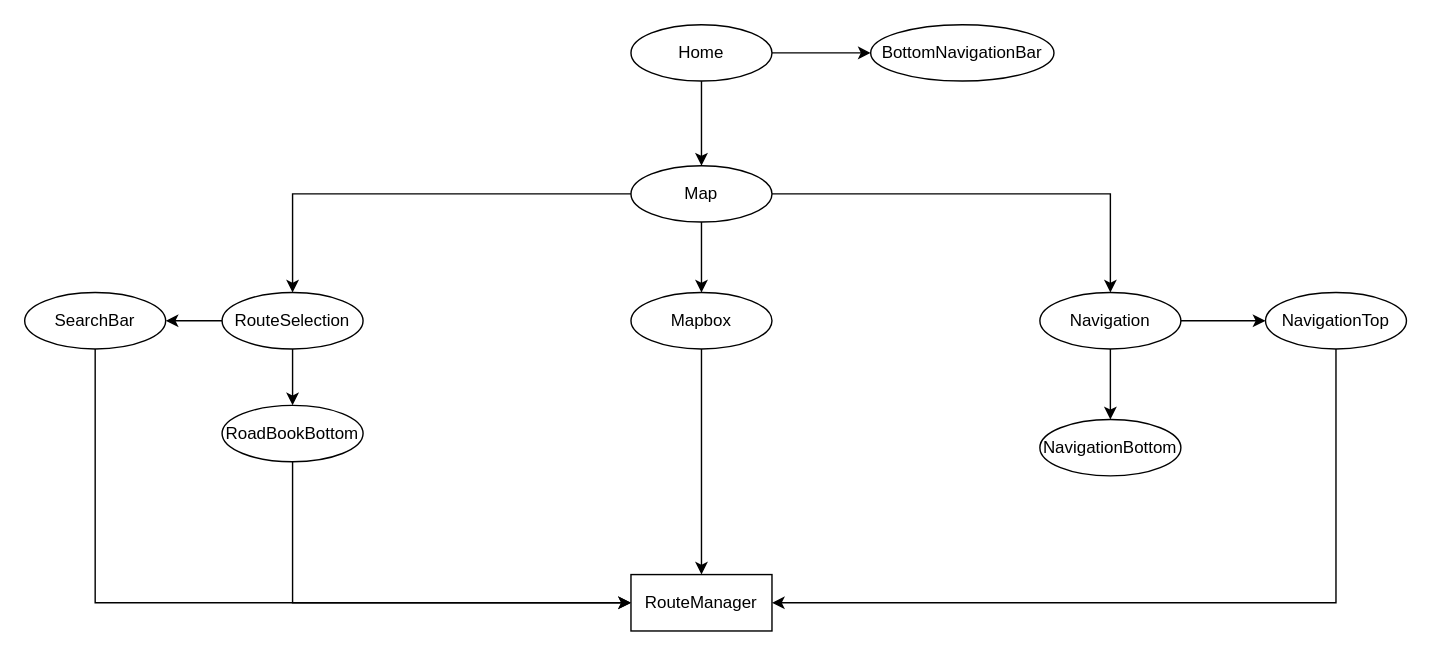
patrick-mahnkopf/bike-gps keeps this draw.io diagram as page "Pre-Refactor" (1 of 6) of Methods.drawio. Above is the earlier version. Source tidied: cells renumbered, new cells numbered last; positions are measured from the earlier drawing's top-left corner, leaving out a move shared by most shapes. Both pictures are drawn from the tidied source at 141%, with x=0, y=0 at pixel (24, 24).
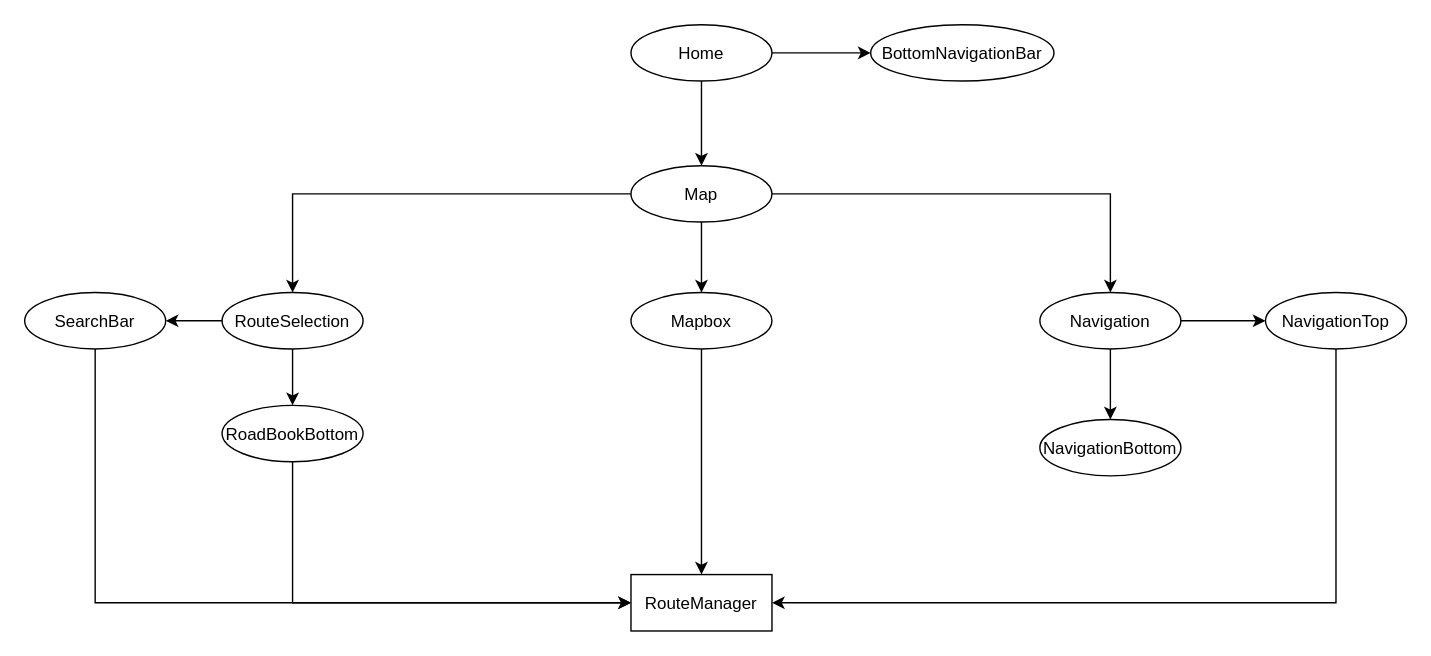
After the change.

Change to the diagram source:
```diff
@@
-    <mxCell id="2" style="edgeStyle=orthogonalEdgeStyle;rounded=0;jettySize=auto;html=1;" parent="1" edge="1" source="4" target="5">
+    <mxCell id="2" style="edgeStyle=orthogonalEdgeStyle;rounded=0;jettySize=auto;" parent="1" edge="1" source="4" target="5">
       <mxGeometry relative="1" as="geometry" />
     </mxCell>
-    <mxCell id="3" style="edgeStyle=orthogonalEdgeStyle;rounded=0;jettySize=auto;html=1;" parent="1" edge="1" source="4" target="9">
+    <mxCell id="3" style="edgeStyle=orthogonalEdgeStyle;rounded=0;jettySize=auto;" parent="1" edge="1" source="4" target="9">
       <mxGeometry relative="1" as="geometry" />
     </mxCell>
-    <mxCell id="4" value="Home" style="ellipse;whiteSpace=wrap;html=1;align=center;" parent="1" vertex="1">
+    <mxCell id="4" value="Home" style="ellipse;align=center;" parent="1" vertex="1">
       <mxGeometry x="430" width="100" height="40" as="geometry" />
     </mxCell>
-    <mxCell id="5" value="BottomNavigationBar" style="ellipse;whiteSpace=wrap;html=1;align=center;" parent="1" vertex="1">
+    <mxCell id="5" value="BottomNavigationBar" style="ellipse;align=center;" parent="1" vertex="1">
       <mxGeometry x="600" width="130" height="40" as="geometry" />
     </mxCell>
-    <mxCell id="6" style="edgeStyle=orthogonalEdgeStyle;rounded=0;jettySize=auto;html=1;" parent="1" edge="1" source="9" target="11">
+    <mxCell id="6" style="edgeStyle=orthogonalEdgeStyle;rounded=0;jettySize=auto;" parent="1" edge="1" source="9" target="11">
       <mxGeometry relative="1" as="geometry" />
     </mxCell>
-    <mxCell id="7" style="edgeStyle=orthogonalEdgeStyle;rounded=0;jettySize=auto;html=1;" parent="1" edge="1" source="9" target="14">
+    <mxCell id="7" style="edgeStyle=orthogonalEdgeStyle;rounded=0;jettySize=auto;" parent="1" edge="1" source="9" target="14">
       <mxGeometry relative="1" as="geometry" />
     </mxCell>
-    <mxCell id="8" style="edgeStyle=orthogonalEdgeStyle;rounded=0;jettySize=auto;html=1;" parent="1" edge="1" source="9" target="17">
+    <mxCell id="8" style="edgeStyle=orthogonalEdgeStyle;rounded=0;jettySize=auto;" parent="1" edge="1" source="9" target="17">
       <mxGeometry relative="1" as="geometry" />
     </mxCell>
-    <mxCell id="9" value="Map" style="ellipse;whiteSpace=wrap;html=1;align=center;" parent="1" vertex="1">
+    <mxCell id="9" value="Map" style="ellipse;align=center;" parent="1" vertex="1">
       <mxGeometry x="430" y="100" width="100" height="40" as="geometry" />
     </mxCell>
-    <mxCell id="10" style="edgeStyle=orthogonalEdgeStyle;rounded=0;jettySize=auto;html=1;" parent="1" edge="1" source="11" target="25">
+    <mxCell id="10" style="edgeStyle=orthogonalEdgeStyle;rounded=0;jettySize=auto;" parent="1" edge="1" source="11" target="25">
       <mxGeometry relative="1" as="geometry" />
     </mxCell>
-    <mxCell id="11" value="Mapbox" style="ellipse;whiteSpace=wrap;html=1;align=center;" parent="1" vertex="1">
+    <mxCell id="11" value="Mapbox" style="ellipse;align=center;" parent="1" vertex="1">
       <mxGeometry x="430" y="190" width="100" height="40" as="geometry" />
     </mxCell>
-    <mxCell id="12" style="edgeStyle=orthogonalEdgeStyle;rounded=0;jettySize=auto;html=1;" parent="1" edge="1" source="14" target="24">
+    <mxCell id="12" style="edgeStyle=orthogonalEdgeStyle;rounded=0;jettySize=auto;" parent="1" edge="1" source="14" target="24">
       <mxGeometry relative="1" as="geometry" />
     </mxCell>
-    <mxCell id="13" style="edgeStyle=orthogonalEdgeStyle;rounded=0;jettySize=auto;html=1;" parent="1" edge="1" source="14" target="22">
+    <mxCell id="13" style="edgeStyle=orthogonalEdgeStyle;rounded=0;jettySize=auto;" parent="1" edge="1" source="14" target="22">
       <mxGeometry relative="1" as="geometry" />
     </mxCell>
-    <mxCell id="14" value="RouteSelection" style="ellipse;whiteSpace=wrap;html=1;align=center;" parent="1" vertex="1">
+    <mxCell id="14" value="RouteSelection" style="ellipse;align=center;" parent="1" vertex="1">
       <mxGeometry x="140" y="190" width="100" height="40" as="geometry" />
     </mxCell>
-    <mxCell id="15" style="edgeStyle=orthogonalEdgeStyle;rounded=0;jettySize=auto;html=1;" parent="1" edge="1" source="17" target="20">
+    <mxCell id="15" style="edgeStyle=orthogonalEdgeStyle;rounded=0;jettySize=auto;" parent="1" edge="1" source="17" target="20">
       <mxGeometry relative="1" as="geometry" />
     </mxCell>
-    <mxCell id="16" style="edgeStyle=orthogonalEdgeStyle;rounded=0;jettySize=auto;html=1;" parent="1" edge="1" source="17" target="19">
+    <mxCell id="16" style="edgeStyle=orthogonalEdgeStyle;rounded=0;jettySize=auto;" parent="1" edge="1" source="17" target="19">
       <mxGeometry relative="1" as="geometry" />
     </mxCell>
-    <mxCell id="17" value="Navigation" style="ellipse;whiteSpace=wrap;html=1;align=center;" parent="1" vertex="1">
+    <mxCell id="17" value="Navigation" style="ellipse;align=center;" parent="1" vertex="1">
       <mxGeometry x="720" y="190" width="100" height="40" as="geometry" />
     </mxCell>
-    <mxCell id="18" style="edgeStyle=orthogonalEdgeStyle;rounded=0;jettySize=auto;html=1;entryX=1;entryY=0.5;entryDx=0;entryDy=0;" parent="1" edge="1" source="19" target="25">
+    <mxCell id="18" style="edgeStyle=orthogonalEdgeStyle;rounded=0;jettySize=auto;entryX=1;entryY=0.5;entryDx=0;entryDy=0;" parent="1" edge="1" source="19" target="25">
       <mxGeometry relative="1" as="geometry">
         <Array as="points">
           <mxPoint x="930" y="410" />
         </Array>
       </mxGeometry>
     </mxCell>
-    <mxCell id="19" value="NavigationTop" style="ellipse;whiteSpace=wrap;html=1;align=center;" parent="1" vertex="1">
+    <mxCell id="19" value="NavigationTop" style="ellipse;align=center;" parent="1" vertex="1">
       <mxGeometry x="880" y="190" width="100" height="40" as="geometry" />
     </mxCell>
-    <mxCell id="20" value="NavigationBottom" style="ellipse;whiteSpace=wrap;html=1;align=center;" parent="1" vertex="1">
+    <mxCell id="20" value="NavigationBottom" style="ellipse;align=center;" parent="1" vertex="1">
       <mxGeometry x="720" y="280" width="100" height="40" as="geometry" />
     </mxCell>
-    <mxCell id="21" style="edgeStyle=orthogonalEdgeStyle;rounded=0;jettySize=auto;html=1;entryX=0;entryY=0.5;entryDx=0;entryDy=0;" parent="1" edge="1" source="22" target="25">
+    <mxCell id="21" style="edgeStyle=orthogonalEdgeStyle;rounded=0;jettySize=auto;entryX=0;entryY=0.5;entryDx=0;entryDy=0;" parent="1" edge="1" source="22" target="25">
       <mxGeometry relative="1" as="geometry">
         <Array as="points">
           <mxPoint x="50" y="410" />
         </Array>
       </mxGeometry>
     </mxCell>
-    <mxCell id="22" value="SearchBar" style="ellipse;whiteSpace=wrap;html=1;align=center;" parent="1" vertex="1">
+    <mxCell id="22" value="SearchBar" style="ellipse;align=center;" parent="1" vertex="1">
       <mxGeometry y="190" width="100" height="40" as="geometry" />
     </mxCell>
-    <mxCell id="23" style="edgeStyle=orthogonalEdgeStyle;rounded=0;jettySize=auto;html=1;entryX=0;entryY=0.5;entryDx=0;entryDy=0;" parent="1" edge="1" source="24" target="25">
+    <mxCell id="23" style="edgeStyle=orthogonalEdgeStyle;rounded=0;jettySize=auto;entryX=0;entryY=0.5;entryDx=0;entryDy=0;" parent="1" edge="1" source="24" target="25">
       <mxGeometry relative="1" as="geometry">
         <Array as="points">
           <mxPoint x="190" y="410" />
         </Array>
       </mxGeometry>
     </mxCell>
-    <mxCell id="24" value="RoadBookBottom" style="ellipse;whiteSpace=wrap;html=1;align=center;" parent="1" vertex="1">
+    <mxCell id="24" value="RoadBookBottom" style="ellipse;align=center;" parent="1" vertex="1">
       <mxGeometry x="140" y="270" width="100" height="40" as="geometry" />
     </mxCell>
-    <mxCell id="25" value="RouteManager" style="whiteSpace=wrap;html=1;align=center;" parent="1" vertex="1">
+    <mxCell id="25" value="RouteManager" style="align=center;" parent="1" vertex="1">
       <mxGeometry x="430" y="390" width="100" height="40" as="geometry" />
     </mxCell>
```
